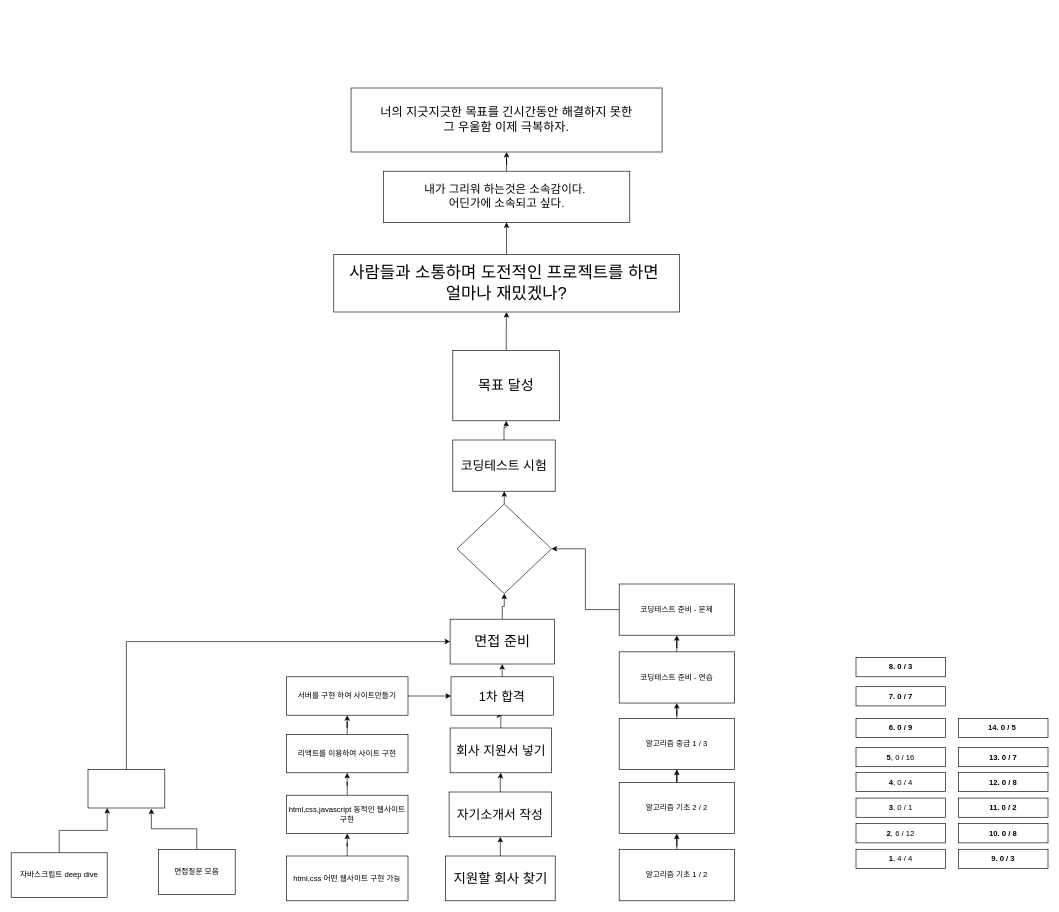
Before: goal.drawio in justsicklife/goal, a draw.io diagram. Source tidied: cells renumbered, new cells numbered last; positions are measured from the earlier drawing's top-left corner, leaving out a move shared by most shapes. Both pictures are drawn from the tidied source at 64%, with x=0, y=0 at pixel (11, 88).
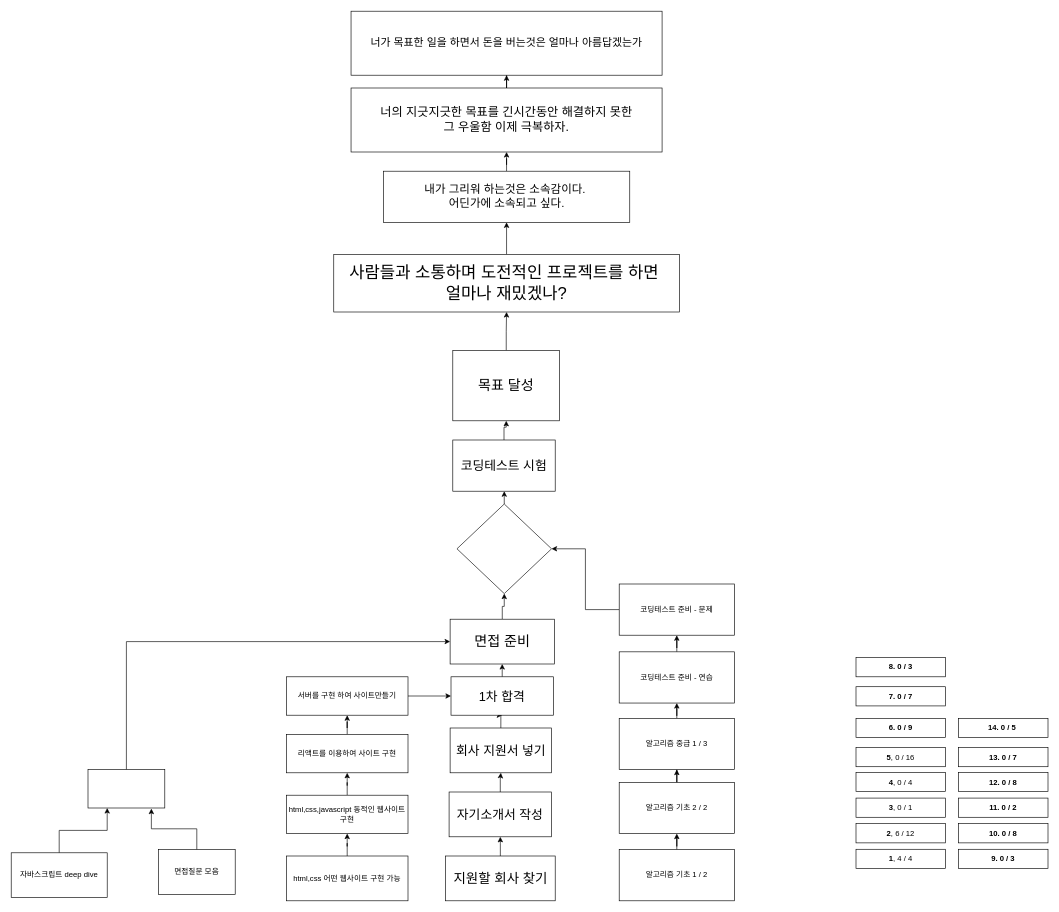
After the change.

Unchanged cells that the change refers to:
```xml
<mxCell id="60" value="&lt;font style=&quot;font-size: 19px&quot;&gt;너의 지긋지긋한 목표를 긴시간동안 해결하지 못한&lt;br&gt;그 우울함 이제 극복하자.&lt;br&gt;&lt;/font&gt;" style="rounded=0;whiteSpace=wrap;html=1;" parent="1" vertex="1">
  <mxGeometry x="531" width="486" height="100" as="geometry" />
</mxCell>
```

Change to the diagram source:
```diff
@@
+    <mxCell id="61" style="edgeStyle=orthogonalEdgeStyle;rounded=0;jettySize=auto;html=1;" parent="1" edge="1" source="60" target="62">
+      <mxGeometry relative="1" as="geometry" />
+    </mxCell>
@@
+    <mxCell id="62" value="&lt;font style=&quot;font-size: 17px&quot;&gt;너가 목표한 일을 하면서 돈을 버는것은 얼마나 아름답겠는가&lt;/font&gt;" style="rounded=0;whiteSpace=wrap;html=1;" parent="1" vertex="1">
+      <mxGeometry x="531" y="-120" width="486" height="100" as="geometry" />
+    </mxCell>
```
